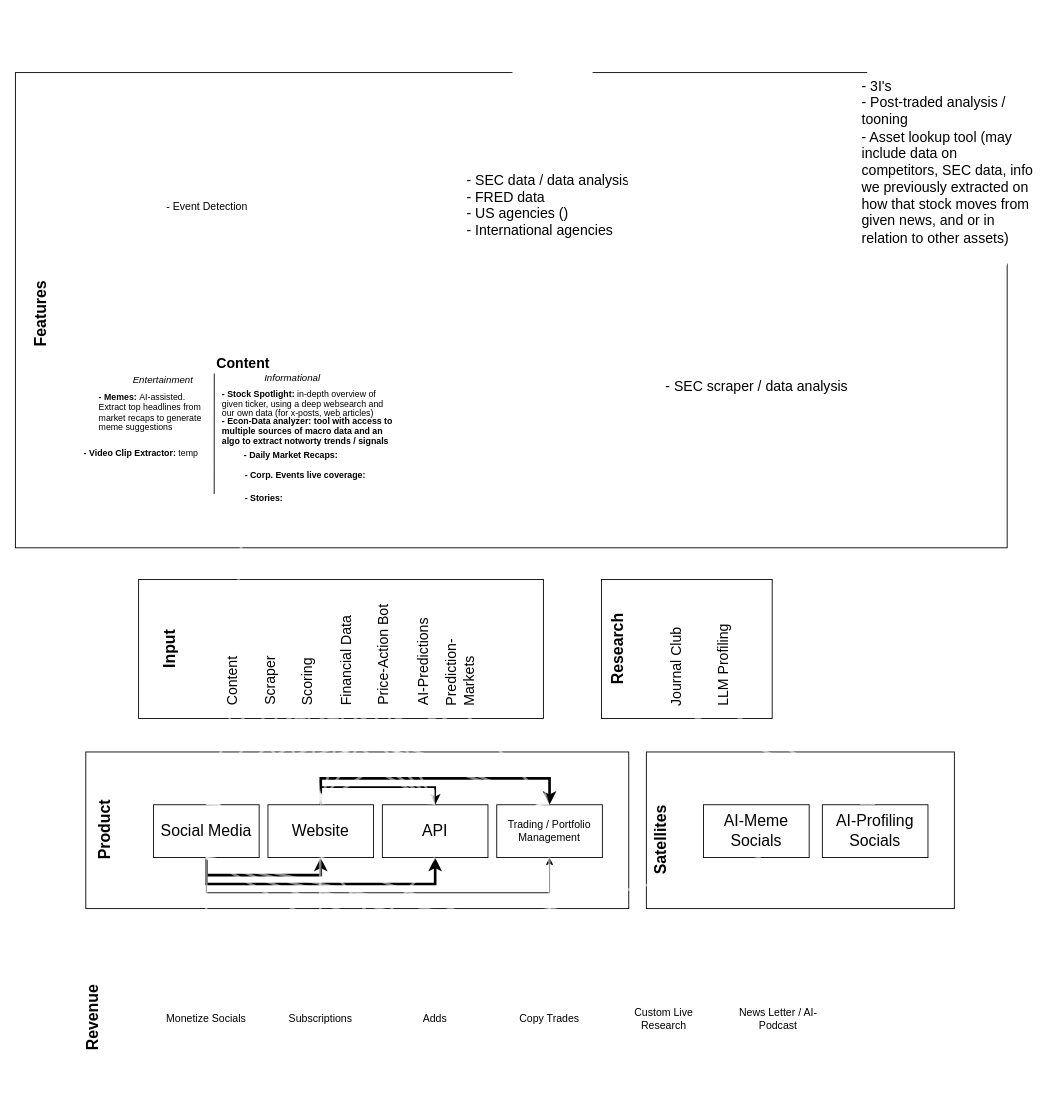
This is Untitled Diagram.drawio from WillsHarris/Polaron_Claude_2024_contest, a draw.io file, before an edit. Source tidied: cells renumbered, new cells numbered last; positions are measured from the earlier drawing's top-left corner, leaving out a move shared by most shapes. Both pictures are drawn from the tidied source at 88%, with x=0, y=0 at pixel (-191, 15).
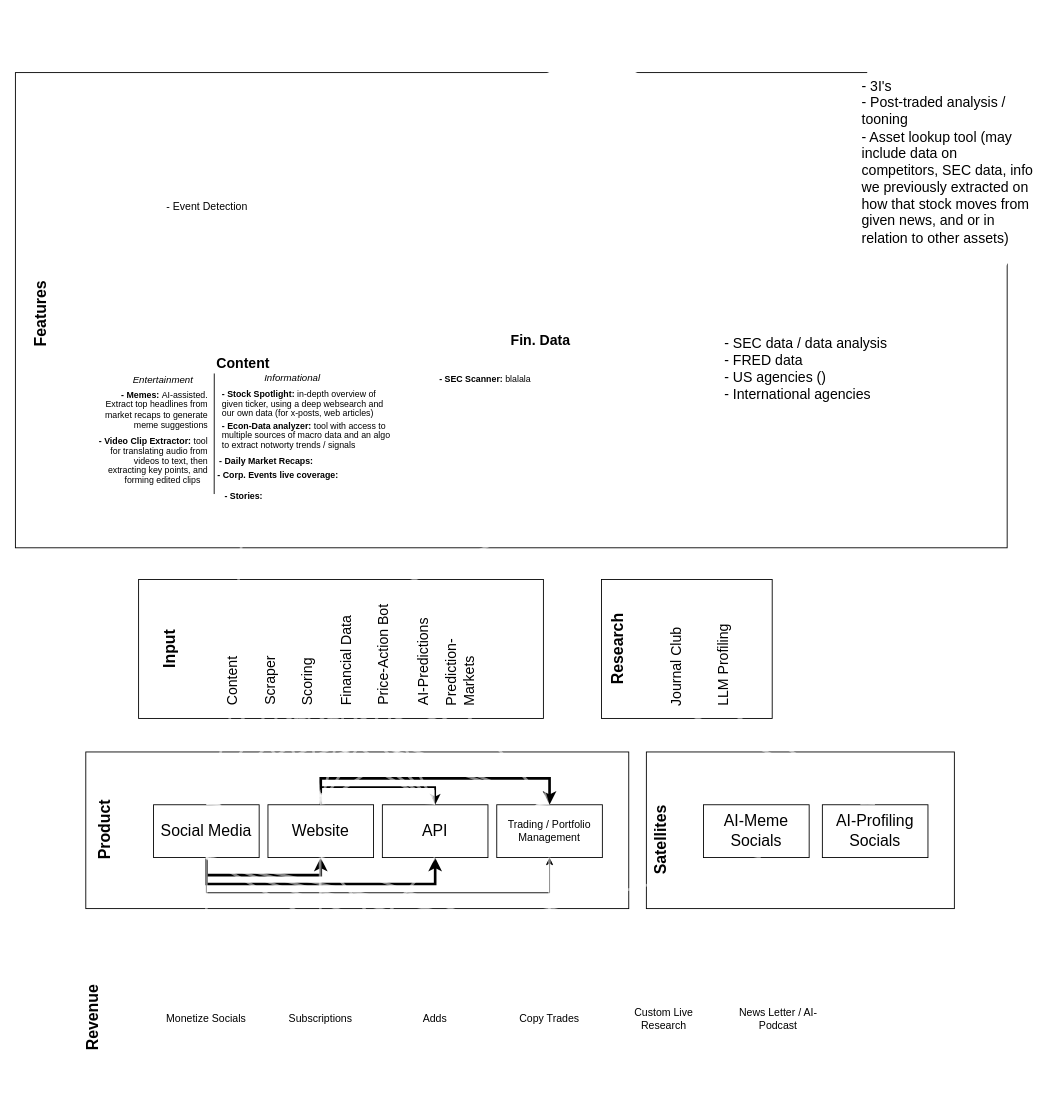
The same diagram, later.

The change refers to these unchanged cells:
```xml
<mxCell id="55" value="&lt;div align=&quot;left&quot;&gt;Financial Data&lt;/div&gt;" style="text;html=1;whiteSpace=wrap;strokeColor=none;fillColor=none;align=left;verticalAlign=middle;rounded=0;rotation=270;strokeWidth=1;fontSize=16;fontColor=light-dark(#000000,#000000);" parent="1" vertex="1">
  <mxGeometry x="553.9" y="720" width="110.1" height="22.9" as="geometry" />
</mxCell>
```

What changed in the source:
```diff
@@
     <mxCell id="33" style="strokeWidth=2;html=1;shape=mxgraph.flowchart.start_1;whiteSpace=wrap;fontColor=light-dark(#000000,#999999);strokeColor=none;fillColor=light-dark(#FFFFFF,#808080);" parent="1" vertex="1">
-      <mxGeometry x="901" y="330" width="389" height="200" as="geometry" />
+      <mxGeometry x="694" y="341" width="269" height="239" as="geometry" />
     </mxCell>
-    <mxCell id="34" value="&lt;div align=&quot;left&quot;&gt;- SEC scraper / data analysis&lt;/div&gt;&lt;div align=&quot;left&quot;&gt;&amp;nbsp;&lt;/div&gt;" style="text;html=1;whiteSpace=wrap;strokeColor=none;fillColor=none;align=left;verticalAlign=middle;rounded=0;rotation=0;strokeWidth=1;fontSize=16;" parent="1" vertex="1">
-      <mxGeometry x="971" y="386.2" width="230" height="90" as="geometry" />
-    </mxCell>
@@
     <mxCell id="79" style="strokeWidth=2;html=1;shape=mxgraph.flowchart.start_1;whiteSpace=wrap;fontColor=light-dark(#000000,#999999);strokeColor=none;fillColor=light-dark(#FFFFFF,#808080);" parent="1" vertex="1">
-      <mxGeometry x="738" y="48.8" width="213" height="330" as="geometry" />
+      <mxGeometry x="1031" y="235" width="213" height="330" as="geometry" />
     </mxCell>
     <mxCell id="80" value="&lt;div align=&quot;left&quot;&gt;- SEC data /&amp;nbsp;data analysis&lt;/div&gt;&lt;div align=&quot;left&quot;&gt;- FRED data&lt;/div&gt;&lt;div align=&quot;left&quot;&gt;- US agencies ()&lt;/div&gt;&lt;div align=&quot;left&quot;&gt;- International&amp;nbsp;agencies&lt;/div&gt;&lt;div align=&quot;left&quot;&gt;&amp;nbsp;&lt;/div&gt;" style="text;html=1;whiteSpace=wrap;strokeColor=none;fillColor=none;align=left;verticalAlign=middle;rounded=0;rotation=0;strokeWidth=1;fontSize=16;" parent="1" vertex="1">
-      <mxGeometry x="744.5" y="75" width="200" height="300" as="geometry" />
+      <mxGeometry x="1037.5" y="261.2" width="200" height="300" as="geometry" />
     </mxCell>
     <mxCell id="81" style="strokeWidth=2;html=1;shape=mxgraph.flowchart.start_1;whiteSpace=wrap;fontColor=light-dark(#000000,#999999);strokeColor=none;fillColor=light-dark(#FFFFFF,#808080);" parent="1" vertex="1">
-      <mxGeometry x="928.5" y="75" width="232.5" height="200" as="geometry" />
+      <mxGeometry x="773.3" y="55" width="232.5" height="200" as="geometry" />
     </mxCell>
@@
-    <mxCell id="89" value="&lt;div style=&quot;line-height: 70%;&quot;&gt;&lt;div align=&quot;left&quot;&gt;&lt;font style=&quot;font-size: 10px; color: light-dark(rgb(0, 0, 0), rgb(0, 0, 0)); line-height: 70%;&quot;&gt;&lt;b&gt;- Memes:&lt;/b&gt;&amp;nbsp;&lt;font&gt;AI-assisted. Extract top headlines from market recaps to generate meme suggestions&lt;/font&gt;&lt;/font&gt;&lt;/div&gt;&lt;/div&gt;" style="text;html=1;whiteSpace=wrap;strokeColor=none;fillColor=none;align=left;verticalAlign=middle;rounded=0;rotation=0;strokeWidth=1;fontSize=16;" parent="1" vertex="1">
-      <mxGeometry x="326.5" y="416" width="128" height="66" as="geometry" />
+    <mxCell id="89" value="&lt;div style=&quot;line-height: 70%;&quot; align=&quot;right&quot;&gt;&lt;div&gt;&lt;font style=&quot;font-size: 10px; color: light-dark(rgb(0, 0, 0), rgb(0, 0, 0)); line-height: 70%;&quot;&gt;&lt;b&gt;- Memes:&lt;/b&gt;&amp;nbsp;&lt;font&gt;AI-assisted. Extract top headlines from market recaps to generate meme suggestions&lt;/font&gt;&lt;/font&gt;&lt;/div&gt;&lt;/div&gt;" style="text;html=1;whiteSpace=wrap;strokeColor=none;fillColor=none;align=right;verticalAlign=middle;rounded=0;rotation=0;strokeWidth=1;fontSize=16;" parent="1" vertex="1">
+      <mxGeometry x="326.5" y="413" width="128" height="66" as="geometry" />
     </mxCell>
-    <mxCell id="90" value="&lt;div style=&quot;line-height: 70%;&quot;&gt;&lt;div align=&quot;left&quot;&gt;&lt;font style=&quot;font-size: 10px; color: light-dark(rgb(0, 0, 0), rgb(0, 0, 0)); line-height: 70%;&quot;&gt;&lt;b&gt;- Video Clip Extractor:&lt;/b&gt;&amp;nbsp;temp&lt;/font&gt;&lt;/div&gt;&lt;/div&gt;" style="text;html=1;whiteSpace=wrap;strokeColor=none;fillColor=none;align=left;verticalAlign=middle;rounded=0;rotation=0;strokeWidth=1;fontSize=16;" parent="1" vertex="1">
-      <mxGeometry x="310" y="482" width="136.1" height="26" as="geometry" />
+    <mxCell id="90" value="&lt;div style=&quot;line-height: 70%;&quot; align=&quot;right&quot;&gt;&lt;div&gt;&lt;font style=&quot;font-size: 10px; color: light-dark(rgb(0, 0, 0), rgb(0, 0, 0)); line-height: 70%;&quot;&gt;&lt;b&gt;- Video Clip Extractor:&lt;/b&gt;&amp;nbsp;tool for translating audio from videos to text, then extracting key points, and forming edited clips&amp;nbsp; &amp;nbsp;&lt;/font&gt;&lt;/div&gt;&lt;/div&gt;" style="text;html=1;whiteSpace=wrap;strokeColor=none;fillColor=none;align=right;verticalAlign=middle;rounded=0;rotation=0;strokeWidth=1;fontSize=16;" parent="1" vertex="1">
+      <mxGeometry x="324" y="482.4" width="130.5" height="43" as="geometry" />
     </mxCell>
@@
-    <mxCell id="92" value="&lt;div style=&quot;line-height: 70%;&quot;&gt;&lt;div align=&quot;left&quot;&gt;&lt;font style=&quot;font-size: 10px; color: light-dark(rgb(0, 0, 0), rgb(0, 0, 0)); line-height: 70%;&quot;&gt;&lt;b&gt;-&amp;nbsp;&lt;/b&gt;&lt;font&gt;&lt;b&gt;Econ-Data analyzer: tool with access to multiple sources of macro data and an algo to extract notworty trends / signals&amp;nbsp;&lt;/b&gt;&lt;/font&gt;&lt;/font&gt;&lt;/div&gt;&lt;/div&gt;" style="text;html=1;whiteSpace=wrap;strokeColor=none;fillColor=none;align=left;verticalAlign=middle;rounded=0;rotation=0;strokeWidth=1;fontSize=16;" parent="1" vertex="1">
-      <mxGeometry x="467" y="455.8" width="197" height="28.1" as="geometry" />
+    <mxCell id="92" value="&lt;div style=&quot;line-height: 70%;&quot;&gt;&lt;div align=&quot;left&quot;&gt;&lt;font style=&quot;font-size: 10px; color: light-dark(rgb(0, 0, 0), rgb(0, 0, 0)); line-height: 70%;&quot;&gt;&lt;b&gt;-&amp;nbsp;&lt;/b&gt;&lt;font&gt;&lt;b&gt;Econ-Data analyzer: &lt;/b&gt;tool with access to multiple sources of macro data and an algo to extract notworty trends / signals&lt;b&gt;&amp;nbsp;&lt;/b&gt;&lt;/font&gt;&lt;/font&gt;&lt;/div&gt;&lt;/div&gt;" style="text;html=1;whiteSpace=wrap;strokeColor=none;fillColor=none;align=left;verticalAlign=middle;rounded=0;rotation=0;strokeWidth=1;fontSize=16;" parent="1" vertex="1">
+      <mxGeometry x="467" y="455.8" width="197" height="39.2" as="geometry" />
     </mxCell>
     <mxCell id="93" value="&lt;div style=&quot;line-height: 70%;&quot;&gt;&lt;div align=&quot;left&quot;&gt;&lt;font style=&quot;font-size: 10px; color: light-dark(rgb(0, 0, 0), rgb(0, 0, 0)); line-height: 70%;&quot;&gt;&lt;b&gt;- &lt;/b&gt;&lt;font&gt;&lt;b&gt;Daily Market Recaps:&amp;nbsp;&lt;/b&gt;&lt;/font&gt;&lt;/font&gt;&lt;/div&gt;&lt;/div&gt;" style="text;html=1;whiteSpace=wrap;strokeColor=none;fillColor=none;align=left;verticalAlign=middle;rounded=0;rotation=0;strokeWidth=1;fontSize=16;" parent="1" vertex="1">
-      <mxGeometry x="491.5" y="483.9" width="113" height="28.1" as="geometry" />
+      <mxGeometry x="464" y="489.8" width="200" height="28.1" as="geometry" />
     </mxCell>
     <mxCell id="94" value="&lt;div style=&quot;line-height: 70%;&quot;&gt;&lt;div align=&quot;left&quot;&gt;&lt;font style=&quot;font-size: 10px; color: light-dark(rgb(0, 0, 0), rgb(0, 0, 0)); line-height: 70%;&quot;&gt;&lt;b&gt;- &lt;/b&gt;&lt;font&gt;&lt;b&gt;Corp. Events live coverage:&amp;nbsp;&lt;/b&gt;&lt;/font&gt;&lt;/font&gt;&lt;/div&gt;&lt;/div&gt;" style="text;html=1;whiteSpace=wrap;strokeColor=none;fillColor=none;align=left;verticalAlign=middle;rounded=0;rotation=0;strokeWidth=1;fontSize=16;" parent="1" vertex="1">
-      <mxGeometry x="493" y="506.2" width="158" height="28.1" as="geometry" />
+      <mxGeometry x="461.8" y="506.2" width="158" height="28.1" as="geometry" />
     </mxCell>
     <mxCell id="95" value="&lt;div style=&quot;line-height: 70%;&quot;&gt;&lt;div align=&quot;left&quot;&gt;&lt;font style=&quot;font-size: 10px; color: light-dark(rgb(0, 0, 0), rgb(0, 0, 0)); line-height: 70%;&quot;&gt;&lt;b&gt;- &lt;/b&gt;&lt;font&gt;&lt;b&gt;Stories:&amp;nbsp;&lt;/b&gt;&lt;/font&gt;&lt;/font&gt;&lt;/div&gt;&lt;/div&gt;" style="text;html=1;whiteSpace=wrap;strokeColor=none;fillColor=none;align=left;verticalAlign=middle;rounded=0;rotation=0;strokeWidth=1;fontSize=16;" parent="1" vertex="1">
-      <mxGeometry x="493" y="531.9" width="158" height="28.1" as="geometry" />
+      <mxGeometry x="470" y="530" width="158" height="28.1" as="geometry" />
     </mxCell>
+    <mxCell id="96" style="endArrow=classic;html=1;rounded=0;strokeColor=light-dark(#FFFFFF,#999999);strokeWidth=3;opacity=50;entryX=1;entryY=0.5;entryDx=0;entryDy=0;exitX=0.48;exitY=0.999;exitDx=0;exitDy=0;exitPerimeter=0;" parent="1" edge="1" source="33" target="55">
+      <mxGeometry relative="1" as="geometry" />
+    </mxCell>
+    <mxCell id="97" value="&lt;b&gt;Fin. Data&lt;/b&gt;" style="text;html=1;whiteSpace=wrap;strokeColor=none;fillColor=none;align=center;verticalAlign=middle;rounded=0;rotation=0;strokeWidth=1;fontSize=16;fontColor=light-dark(#000000,#000000);" parent="1" vertex="1">
+      <mxGeometry x="781" y="357.1" width="100" height="22.9" as="geometry" />
+    </mxCell>
+    <mxCell id="98" value="&lt;div style=&quot;line-height: 70%;&quot; align=&quot;right&quot;&gt;&lt;div&gt;&lt;font style=&quot;font-size: 10px; color: light-dark(rgb(0, 0, 0), rgb(0, 0, 0)); line-height: 70%;&quot;&gt;&lt;b&gt;- SEC Scanner:&lt;/b&gt;&amp;nbsp;blalala&lt;/font&gt;&lt;/div&gt;&lt;/div&gt;" style="text;html=1;whiteSpace=wrap;strokeColor=none;fillColor=none;align=right;verticalAlign=middle;rounded=0;rotation=0;strokeWidth=1;fontSize=16;" parent="1" vertex="1">
+      <mxGeometry x="694" y="378.2" width="128" height="66" as="geometry" />
+    </mxCell>
```
